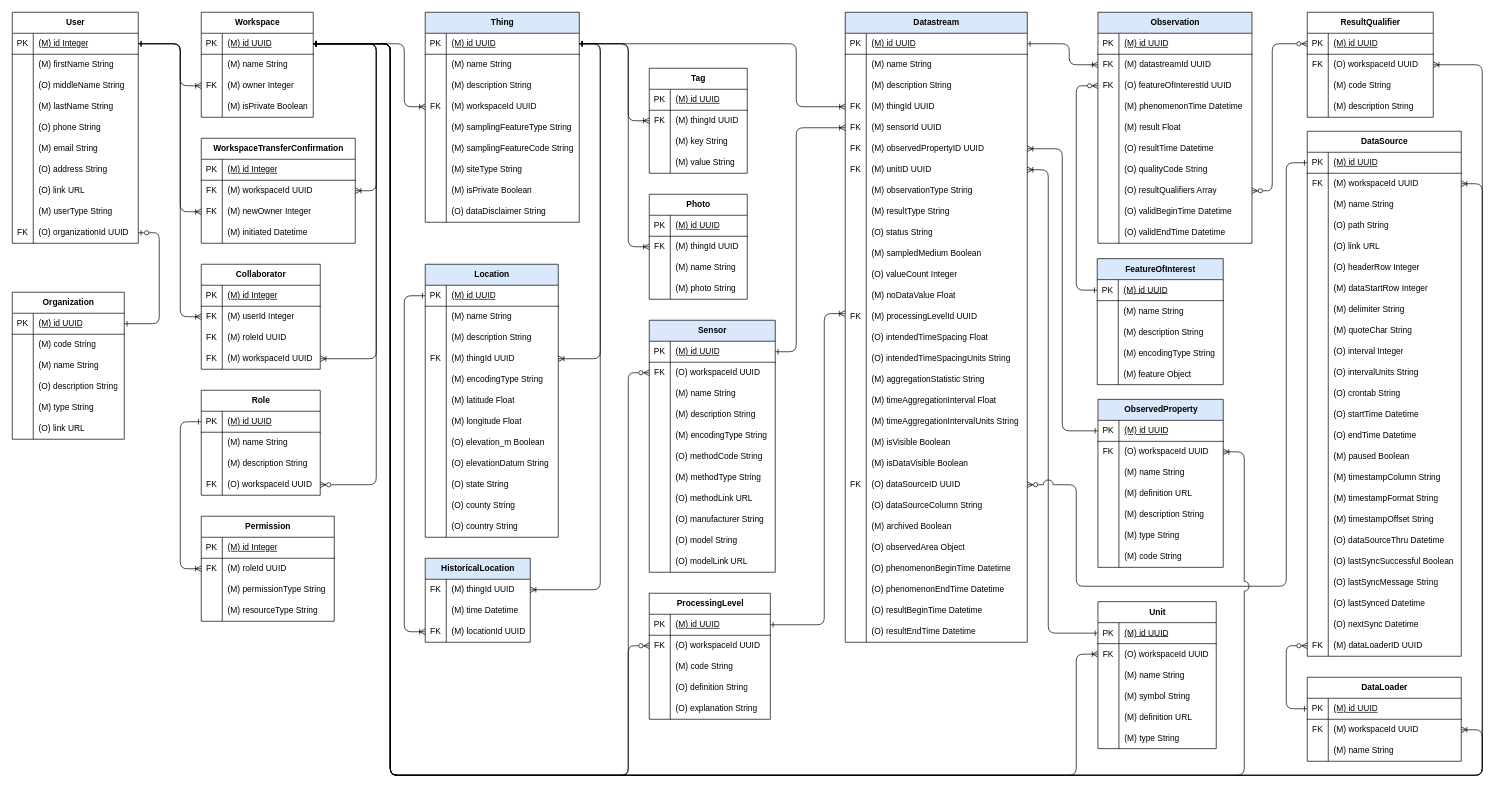
This is docs/datamodel/HydroServer_SensorThings_Data_Model_Simplified.drawio from hydroserver2/hydroserver, a draw.io file, before an edit. Source tidied: cells renumbered, new cells numbered last; positions are measured from the earlier drawing's top-left corner, leaving out a move shared by most shapes. Both pictures are drawn from the tidied source at 70%, with x=0, y=0 at pixel (12, 12).
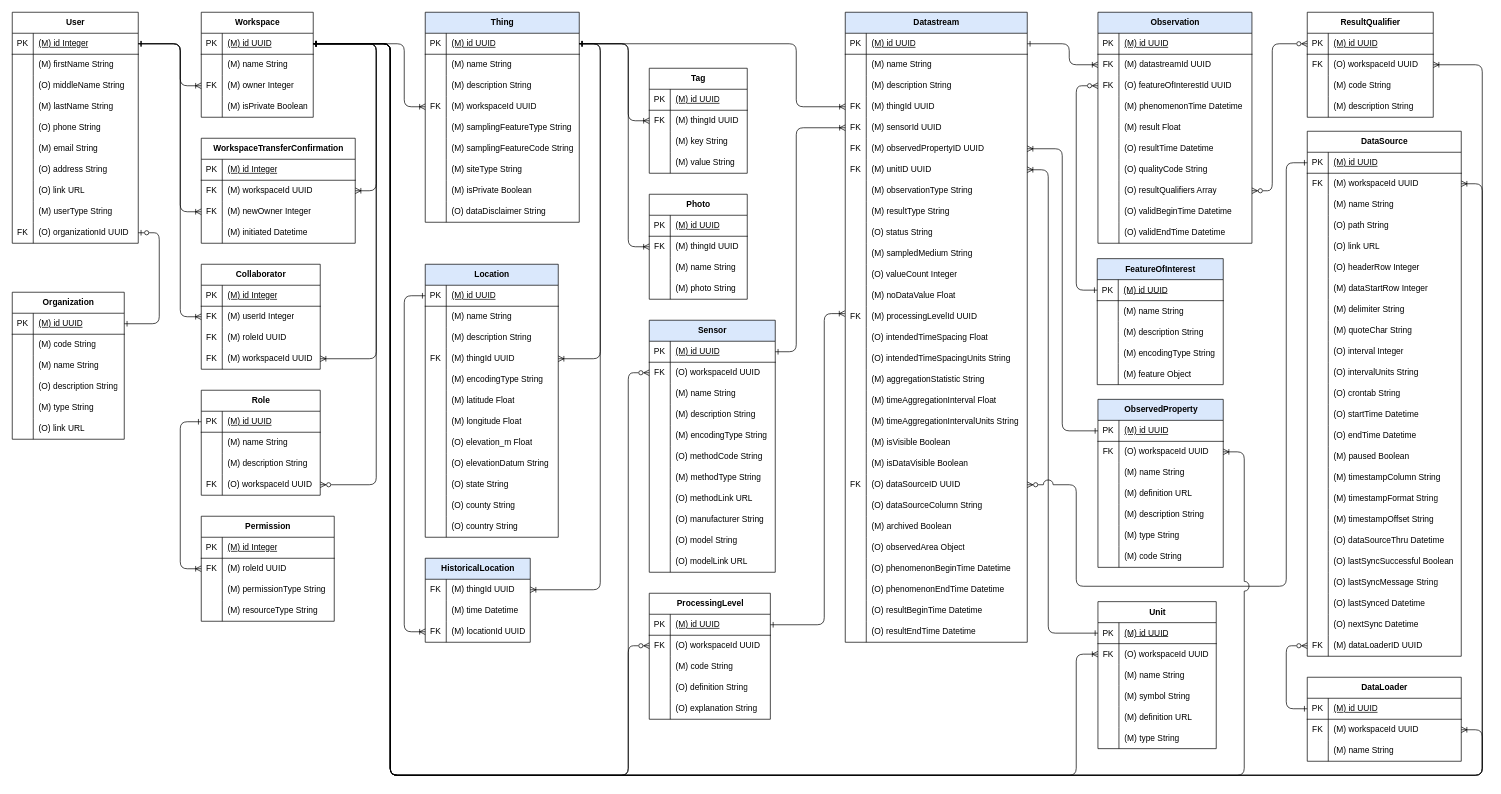
After the change.

Unchanged cells that the change refers to:
```xml
<mxCell id="125" style="shape=tableRow;horizontal=0;startSize=0;swimlaneHead=0;swimlaneBody=0;fillColor=none;top=0;left=0;right=0;bottom=0;fontSize=12;" parent="103" vertex="1">
  <mxGeometry y="240" width="190" height="30" as="geometry" />
</mxCell>
<mxCell id="205" style="shape=tableRow;horizontal=0;startSize=0;swimlaneHead=0;swimlaneBody=0;fillColor=none;top=0;left=0;right=0;bottom=0;fontSize=12;" parent="174" vertex="1">
  <mxGeometry y="330" width="260" height="30" as="geometry" />
</mxCell>
```

Diff of the diagram source:
```diff
@@
-    <mxCell id="127" value="(O) elevation_m Boolean" style="shape=partialRectangle;fillColor=none;top=0;left=0;bottom=0;right=0;align=left;spacingLeft=6;overflow=hidden;whiteSpace=wrap;html=1;fontSize=12;" parent="125" vertex="1">
+    <mxCell id="127" value="(O) elevation_m Float" style="shape=partialRectangle;fillColor=none;top=0;left=0;bottom=0;right=0;align=left;spacingLeft=6;overflow=hidden;whiteSpace=wrap;html=1;fontSize=12;" parent="125" vertex="1">
       <mxGeometry x="30" width="160" height="30" as="geometry" />
     </mxCell>
@@
-    <mxCell id="207" value="(M) sampledMedium Boolean" style="shape=partialRectangle;fillColor=none;top=0;left=0;bottom=0;right=0;align=left;spacingLeft=6;overflow=hidden;whiteSpace=wrap;html=1;fontSize=12;" parent="205" vertex="1">
+    <mxCell id="207" value="(M) sampledMedium String" style="shape=partialRectangle;fillColor=none;top=0;left=0;bottom=0;right=0;align=left;spacingLeft=6;overflow=hidden;whiteSpace=wrap;html=1;fontSize=12;" parent="205" vertex="1">
       <mxGeometry x="30" width="230" height="30" as="geometry" />
     </mxCell>
```
